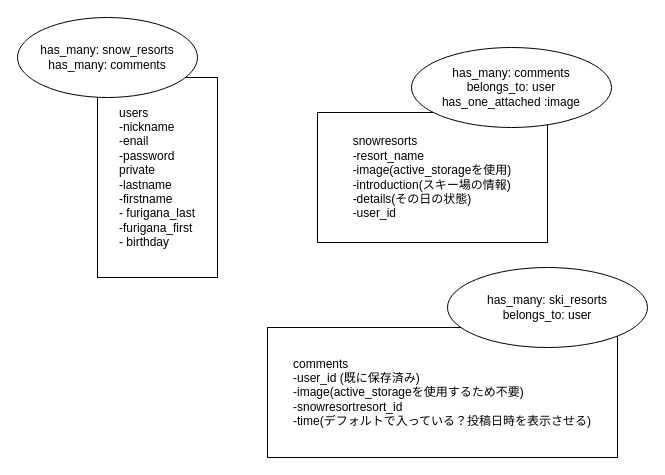
Earlier version of the draw.io diagram snowresort.dio (okan08/snowresort_app). Source tidied: cells renumbered, new cells numbered last; positions are measured from the earlier drawing's top-left corner, leaving out a move shared by most shapes. Both pictures are drawn from the tidied source at 100%, with x=0, y=0 at pixel (17, 17).
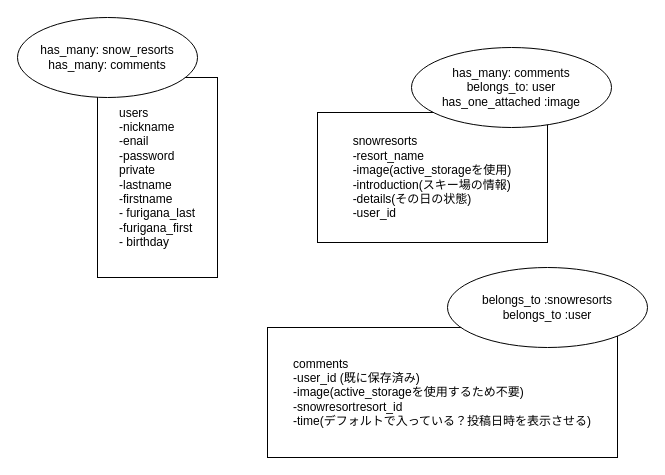
The same page after the edit.

The edit, as a diff of the source:
```diff
@@
 <mxGraphModel>
   <root>
     <mxCell id="0" />
     <mxCell id="1" parent="0" />
     <mxCell id="2" value="&lt;div style=&quot;text-align: left&quot;&gt;users&lt;/div&gt;&lt;div style=&quot;text-align: left&quot;&gt;-nickname&lt;/div&gt;&lt;div style=&quot;text-align: left&quot;&gt;-enail&lt;/div&gt;&lt;div style=&quot;text-align: left&quot;&gt;-password&lt;/div&gt;&lt;div style=&quot;text-align: left&quot;&gt;private&lt;/div&gt;&lt;div style=&quot;text-align: left&quot;&gt;-lastname&lt;/div&gt;&lt;div style=&quot;text-align: left&quot;&gt;-firstname&lt;/div&gt;&lt;div style=&quot;text-align: left&quot;&gt;&lt;div style=&quot;text-align: justify&quot;&gt;- furigana_last&lt;/div&gt;&lt;div style=&quot;text-align: justify&quot;&gt;-furigana_first&lt;/div&gt;&lt;div style=&quot;text-align: justify&quot;&gt;- birthday&lt;/div&gt;&lt;/div&gt;" style="whiteSpace=wrap;html=1;" parent="1" vertex="1">
       <mxGeometry x="80" y="60" width="120" height="200" as="geometry" />
     </mxCell>
     <mxCell id="3" value="&lt;span&gt;has_many: snow_resorts&lt;/span&gt;&lt;br&gt;&lt;span&gt;has_many: comments&lt;/span&gt;" style="ellipse;whiteSpace=wrap;html=1;" parent="1" vertex="1">
       <mxGeometry width="180" height="80" as="geometry" />
     </mxCell>
     <mxCell id="4" value="&lt;div style=&quot;text-align: justify&quot;&gt;&lt;span style=&quot;text-align: left&quot;&gt;snow&lt;/span&gt;&lt;span style=&quot;text-align: left&quot;&gt;resorts&lt;/span&gt;&lt;/div&gt;&lt;span style=&quot;text-align: left&quot;&gt;&lt;div style=&quot;text-align: justify&quot;&gt;&lt;span&gt;-resort_name&lt;/span&gt;&lt;/div&gt;&lt;/span&gt;&lt;span style=&quot;text-align: left&quot;&gt;&lt;div style=&quot;text-align: justify&quot;&gt;&lt;span&gt;-image(active_storageを使用)&lt;/span&gt;&lt;/div&gt;&lt;/span&gt;&lt;span style=&quot;text-align: left&quot;&gt;&lt;div style=&quot;text-align: justify&quot;&gt;&lt;span&gt;-introduction(スキー場の情報)&lt;/span&gt;&lt;/div&gt;&lt;div style=&quot;text-align: justify&quot;&gt;&lt;span&gt;-details(その日の状態)&lt;/span&gt;&lt;/div&gt;&lt;/span&gt;&lt;span style=&quot;text-align: left&quot;&gt;&lt;div style=&quot;text-align: justify&quot;&gt;&lt;span&gt;-user_id&lt;/span&gt;&lt;/div&gt;&lt;/span&gt;" style="whiteSpace=wrap;html=1;" parent="1" vertex="1">
       <mxGeometry x="300" y="95" width="230" height="130" as="geometry" />
     </mxCell>
     <mxCell id="5" value="&lt;span style=&quot;text-align: left&quot;&gt;has_many: comments&lt;/span&gt;&lt;br style=&quot;text-align: left&quot;&gt;&lt;span style=&quot;text-align: left&quot;&gt;belongs_to: user&lt;br&gt;has_one_attached :image&lt;br&gt;&lt;/span&gt;" style="ellipse;whiteSpace=wrap;html=1;" parent="1" vertex="1">
       <mxGeometry x="394" y="30" width="200" height="80" as="geometry" />
     </mxCell>
     <mxCell id="6" value="&lt;div style=&quot;text-align: justify&quot;&gt;&lt;span style=&quot;font-family: &amp;#34;helvetica&amp;#34; ; text-align: left&quot;&gt;comments&lt;/span&gt;&lt;/div&gt;&lt;span style=&quot;text-align: left ; font-family: &amp;#34;helvetica&amp;#34;&quot;&gt;&lt;div style=&quot;text-align: justify&quot;&gt;&lt;span&gt;-user_id (既に保存済み)&lt;/span&gt;&lt;/div&gt;&lt;/span&gt;&lt;span style=&quot;text-align: left ; font-family: &amp;#34;helvetica&amp;#34;&quot;&gt;&lt;div style=&quot;text-align: justify&quot;&gt;&lt;span&gt;-image&lt;/span&gt;&lt;span&gt;(active_storageを使用するため不要)&lt;/span&gt;&lt;/div&gt;&lt;/span&gt;&lt;span style=&quot;text-align: left ; font-family: &amp;#34;helvetica&amp;#34;&quot;&gt;&lt;div style=&quot;text-align: justify&quot;&gt;&lt;span&gt;-snowresortresort_id&lt;/span&gt;&lt;/div&gt;&lt;div style=&quot;text-align: justify&quot;&gt;&lt;span&gt;-time(デフォルトで入っている？投稿日時を表示させる)&lt;/span&gt;&lt;/div&gt;&lt;/span&gt;" style="whiteSpace=wrap;html=1;" parent="1" vertex="1">
       <mxGeometry x="250" y="310" width="350" height="130" as="geometry" />
     </mxCell>
-    <mxCell id="7" value="&lt;span style=&quot;text-align: left&quot;&gt;has_many: ski_resorts&lt;/span&gt;&lt;br style=&quot;text-align: left&quot;&gt;&lt;span style=&quot;text-align: left&quot;&gt;belongs_to: user&lt;/span&gt;" style="ellipse;whiteSpace=wrap;html=1;" parent="1" vertex="1">
+    <mxCell id="7" value="&lt;span style=&quot;text-align: left&quot;&gt;belongs_to :snowresorts&lt;/span&gt;&lt;br style=&quot;text-align: left&quot;&gt;&lt;span style=&quot;text-align: left&quot;&gt;belongs_to :user&lt;/span&gt;" style="ellipse;whiteSpace=wrap;html=1;" parent="1" vertex="1">
       <mxGeometry x="430" y="250" width="200" height="80" as="geometry" />
     </mxCell>
   </root>
 </mxGraphModel>
```
